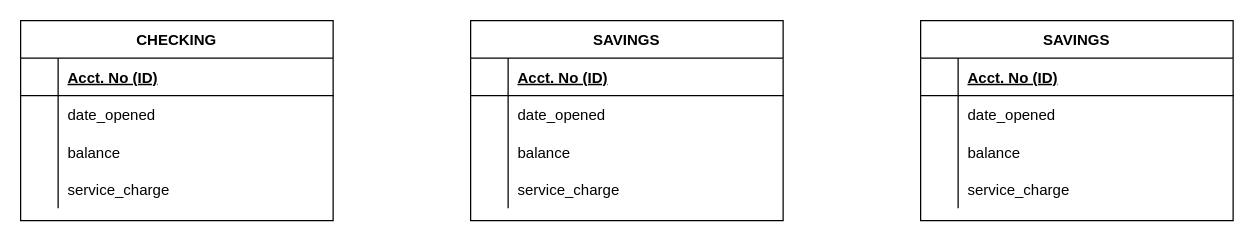
Above: Feb5.drawio in robeeds/is380-drawio (draw.io), before the change. Source tidied: cells renumbered, new cells numbered last; positions are measured from the earlier drawing's top-left corner, leaving out a move shared by most shapes. Both pictures are drawn from the tidied source at 125%, with x=0, y=0 at pixel (20, 20).
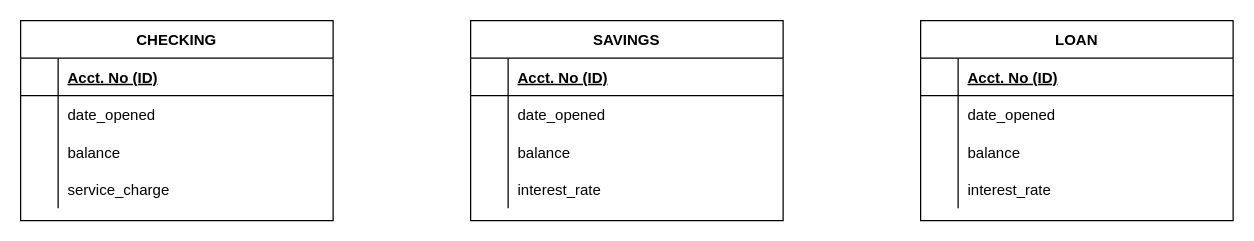
The same diagram, later.

The change refers to these unchanged cells:
```xml
<mxCell id="25" style="shape=partialRectangle;fillColor=none;top=0;left=0;right=0;bottom=0;" parent="15" vertex="1">
  <mxGeometry y="120" width="250" height="30" as="geometry" />
</mxCell>
<mxCell id="38" style="shape=partialRectangle;fillColor=none;top=0;left=0;right=0;bottom=0;" parent="28" vertex="1">
  <mxGeometry y="120" width="250" height="30" as="geometry" />
</mxCell>
```

What changed in the source:
```diff
@@
-    <mxCell id="27" value="service_charge    " style="shape=partialRectangle;overflow=hidden;fillColor=none;top=0;left=0;bottom=0;right=0;align=left;spacingLeft=6;" parent="25" vertex="1">
+    <mxCell id="27" value="interest_rate" style="shape=partialRectangle;overflow=hidden;fillColor=none;top=0;left=0;bottom=0;right=0;align=left;spacingLeft=6;" parent="25" vertex="1">
       <mxGeometry x="30" width="220" height="30" as="geometry" />
     </mxCell>
-    <mxCell id="28" value="SAVINGS" style="shape=table;startSize=30;childLayout=tableLayout;rowLines=0;fontStyle=1;align=center;" parent="1" vertex="1">
+    <mxCell id="28" value="LOAN" style="shape=table;startSize=30;childLayout=tableLayout;rowLines=0;fontStyle=1;align=center;" parent="1" vertex="1">
       <mxGeometry x="720" width="250" height="160" as="geometry" />
     </mxCell>
@@
-    <mxCell id="40" value="service_charge    " style="shape=partialRectangle;overflow=hidden;fillColor=none;top=0;left=0;bottom=0;right=0;align=left;spacingLeft=6;" parent="38" vertex="1">
+    <mxCell id="40" value="interest_rate" style="shape=partialRectangle;overflow=hidden;fillColor=none;top=0;left=0;bottom=0;right=0;align=left;spacingLeft=6;" parent="38" vertex="1">
       <mxGeometry x="30" width="220" height="30" as="geometry" />
     </mxCell>
```
